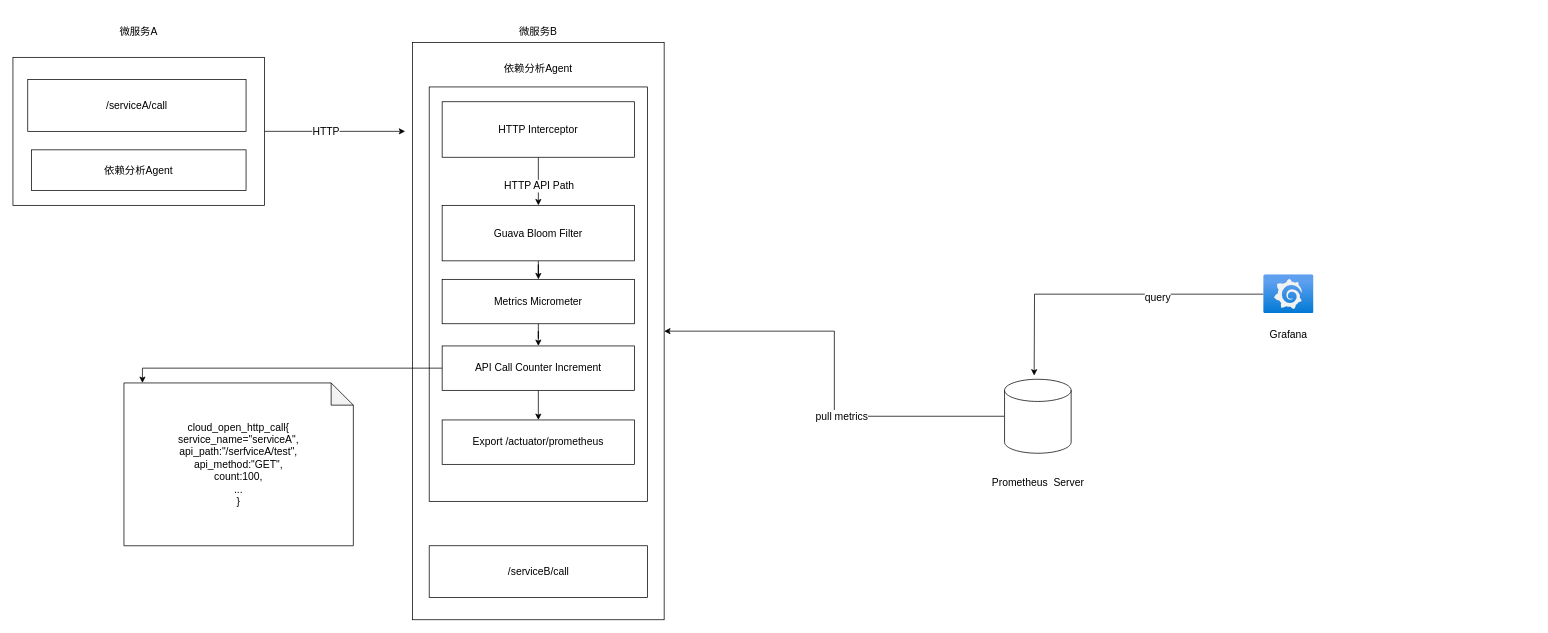
Above: 依赖分析Agent服务API调用次数埋点.drawio in strongant/android (draw.io), before the change. Source tidied: cells renumbered, new cells numbered last; positions are measured from the earlier drawing's top-left corner, leaving out a move shared by most shapes. Both pictures are drawn from the tidied source at 74%, with x=0, y=0 at pixel (13, 20).
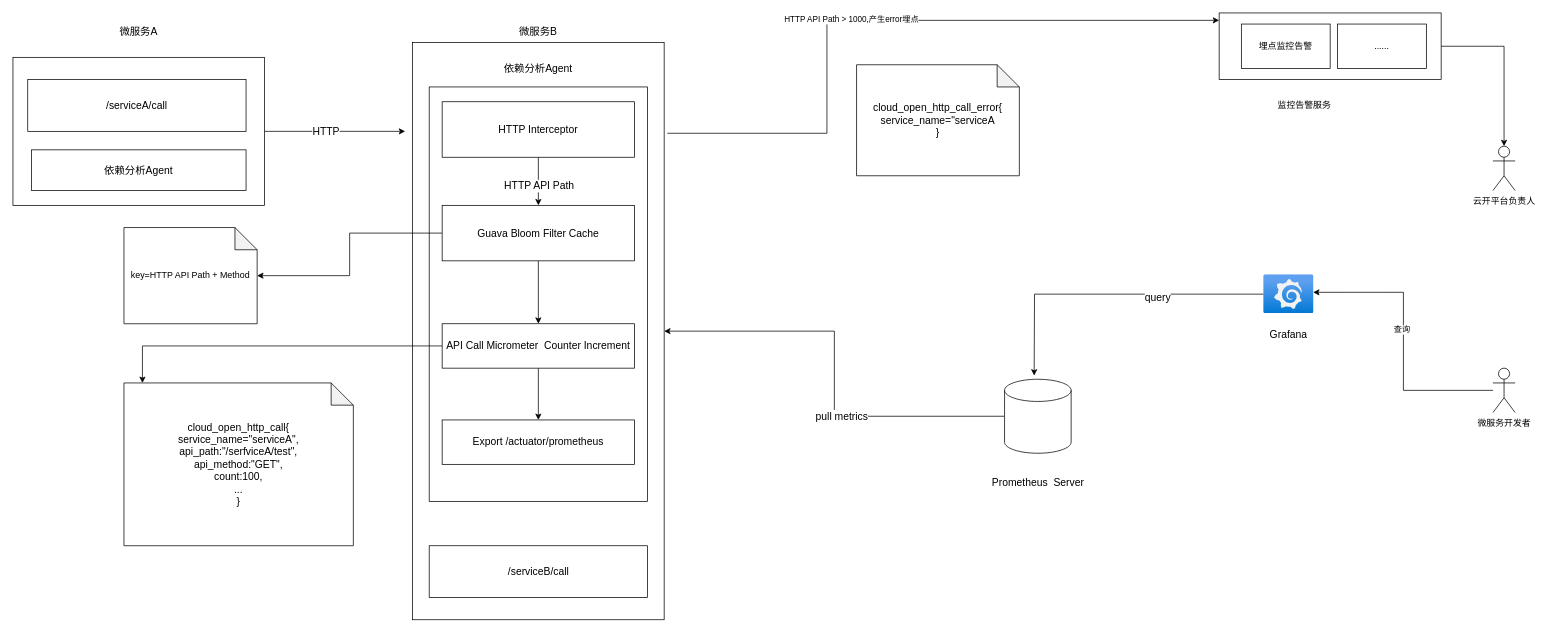
After the change.

Commit message (it also covers changes not shown here):
Update 依赖分析Agent服务API调用次数埋点.drawio

Unchanged cells that the change refers to:
```xml
<mxCell id="29" style="image;html=1;points=[];align=center;fontSize=14;image=img/lib/azure2/other/Grafana.svg;" parent="1" vertex="1">
  <mxGeometry x="1690" y="343.6" width="68" height="52.8" as="geometry" />
</mxCell>
```

What changed in the source:
```diff
@@
-    <mxCell id="13" style="edgeStyle=orthogonalEdgeStyle;rounded=0;jettySize=auto;html=1;fontSize=14;" parent="1" edge="1" source="14" target="19">
-      <mxGeometry relative="1" as="geometry" />
-    </mxCell>
+    <mxCell id="33" style="edgeStyle=orthogonalEdgeStyle;rounded=0;jettySize=auto;html=1;" parent="1" edge="1" source="14" target="21">
+      <mxGeometry relative="1" as="geometry" />
+    </mxCell>
+    <mxCell id="34" style="edgeStyle=orthogonalEdgeStyle;rounded=0;jettySize=auto;html=1;" parent="1" edge="1" source="14" target="46">
+      <mxGeometry relative="1" as="geometry" />
+    </mxCell>
-    <mxCell id="14" value="Guava Bloom Filter" style="rounded=0;whiteSpace=wrap;html=1;fontSize=14;" parent="1" vertex="1">
+    <mxCell id="14" value="Guava Bloom Filter Cache" style="rounded=0;whiteSpace=wrap;html=1;fontSize=14;" parent="1" vertex="1">
       <mxGeometry x="580" y="250" width="260" height="75" as="geometry" />
     </mxCell>
@@
-    <mxCell id="18" style="edgeStyle=orthogonalEdgeStyle;rounded=0;jettySize=auto;html=1;fontSize=14;" parent="1" edge="1" source="19" target="21">
-      <mxGeometry relative="1" as="geometry" />
-    </mxCell>
-    <mxCell id="19" value="Metrics&amp;nbsp;Micrometer" style="rounded=0;whiteSpace=wrap;html=1;fontSize=14;" parent="1" vertex="1">
-      <mxGeometry x="580" y="350" width="260" height="60" as="geometry" />
-    </mxCell>
@@
-    <mxCell id="21" value="API Call Counter Increment" style="rounded=0;whiteSpace=wrap;html=1;fontSize=14;" parent="1" vertex="1">
-      <mxGeometry x="580" y="440" width="260" height="60" as="geometry" />
+    <mxCell id="21" value="API Call Micrometer&amp;nbsp; Counter Increment" style="rounded=0;whiteSpace=wrap;html=1;fontSize=14;" parent="1" vertex="1">
+      <mxGeometry x="580" y="410" width="260" height="60" as="geometry" />
     </mxCell>
@@
+    <mxCell id="35" style="rounded=0;whiteSpace=wrap;html=1;" parent="1" vertex="1">
+      <mxGeometry x="1630" y="-10" width="300" height="90" as="geometry" />
+    </mxCell>
+    <mxCell id="36" value="监控告警服务" style="text;html=1;align=center;verticalAlign=middle;whiteSpace=wrap;rounded=0;" parent="1" vertex="1">
+      <mxGeometry x="1687.5" y="100" width="115" height="30" as="geometry" />
+    </mxCell>
+    <mxCell id="37" style="edgeStyle=orthogonalEdgeStyle;rounded=0;orthogonalLoop=1;jettySize=auto;html=1;entryX=0;entryY=0.5;entryDx=0;entryDy=0;exitX=1.013;exitY=0.202;exitDx=0;exitDy=0;exitPerimeter=0;" parent="1" edge="1">
+      <mxGeometry relative="1" as="geometry">
+        <mxPoint x="884.4" y="152.6" as="sourcePoint" />
+        <mxPoint x="1630" as="targetPoint" />
+        <Array as="points">
+          <mxPoint x="1100" y="153" />
+          <mxPoint x="1100" />
+        </Array>
+      </mxGeometry>
+    </mxCell>
+    <mxCell id="38" value="HTTP API Path &amp;gt; 1000,产生error埋点" style="edgeLabel;html=1;align=center;verticalAlign=middle;" parent="37" vertex="1">
+      <mxGeometry x="-0.11" y="2" relative="1" as="geometry">
+        <mxPoint x="1" as="offset" />
+      </mxGeometry>
+    </mxCell>
+    <mxCell id="39" value="&lt;span style=&quot;font-size: 14px;&quot;&gt;cloud_open_http_call_error{&lt;/span&gt;&lt;br style=&quot;font-size: 14px;&quot;&gt;&lt;span style=&quot;font-size: 14px;&quot;&gt;service_name=&quot;serviceA&lt;/span&gt;&lt;div style=&quot;font-size: 14px;&quot;&gt;}&lt;/div&gt;" style="shape=note;whiteSpace=wrap;html=1;backgroundOutline=1;darkOpacity=0.05;" parent="1" vertex="1">
+      <mxGeometry x="1140" y="60" width="220" height="150" as="geometry" />
+    </mxCell>
+    <mxCell id="40" value="埋点监控告警" style="rounded=0;whiteSpace=wrap;html=1;" parent="1" vertex="1">
+      <mxGeometry x="1660" y="5" width="120" height="60" as="geometry" />
+    </mxCell>
+    <mxCell id="41" value="云开平台负责人" style="shape=umlActor;verticalLabelPosition=bottom;verticalAlign=top;html=1;outlineConnect=0;" parent="1" vertex="1">
+      <mxGeometry x="2000" y="170" width="30" height="60" as="geometry" />
+    </mxCell>
+    <mxCell id="42" style="edgeStyle=orthogonalEdgeStyle;rounded=0;jettySize=auto;html=1;entryX=0.5;entryY=0;entryDx=0;entryDy=0;entryPerimeter=0;" parent="1" edge="1" source="35" target="41">
+      <mxGeometry relative="1" as="geometry" />
+    </mxCell>
+    <mxCell id="43" value="微服务开发者" style="shape=umlActor;verticalLabelPosition=bottom;verticalAlign=top;html=1;outlineConnect=0;" parent="1" vertex="1">
+      <mxGeometry x="2000" y="470" width="30" height="60" as="geometry" />
+    </mxCell>
+    <mxCell id="44" style="edgeStyle=orthogonalEdgeStyle;rounded=0;jettySize=auto;html=1;entryX=0.985;entryY=0.453;entryDx=0;entryDy=0;entryPerimeter=0;" parent="1" edge="1" source="43" target="29">
+      <mxGeometry relative="1" as="geometry" />
+    </mxCell>
+    <mxCell id="45" value="查询" style="edgeLabel;html=1;align=center;verticalAlign=middle;" parent="44" vertex="1">
+      <mxGeometry x="0.09" y="3" relative="1" as="geometry">
+        <mxPoint y="1" as="offset" />
+      </mxGeometry>
+    </mxCell>
+    <mxCell id="46" value="key=HTTP API Path + Method" style="shape=note;whiteSpace=wrap;html=1;backgroundOutline=1;darkOpacity=0.05;" parent="1" vertex="1">
+      <mxGeometry x="150" y="280" width="180" height="130" as="geometry" />
+    </mxCell>
+    <mxCell id="47" value="......" style="rounded=0;whiteSpace=wrap;html=1;" parent="1" vertex="1">
+      <mxGeometry x="1790" y="5" width="120" height="60" as="geometry" />
+    </mxCell>
```
